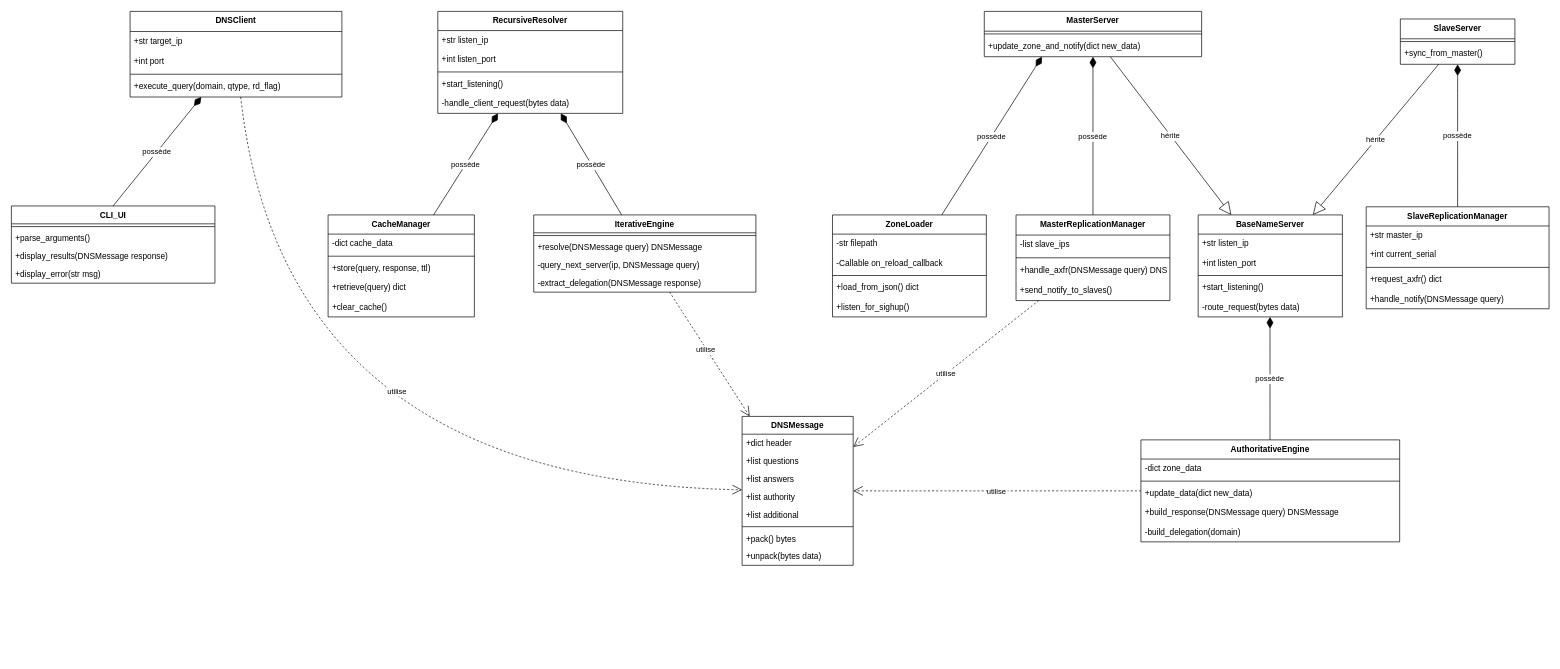
StSvedar/padr-DNS keeps this draw.io diagram as doc/schemas/class.drawio. Above is the earlier version. Source tidied: cells renumbered, new cells numbered last; positions are measured from the earlier drawing's top-left corner, leaving out a move shared by most shapes. Both pictures are drawn from the tidied source at 69%, with x=0, y=0 at pixel (11, 11).
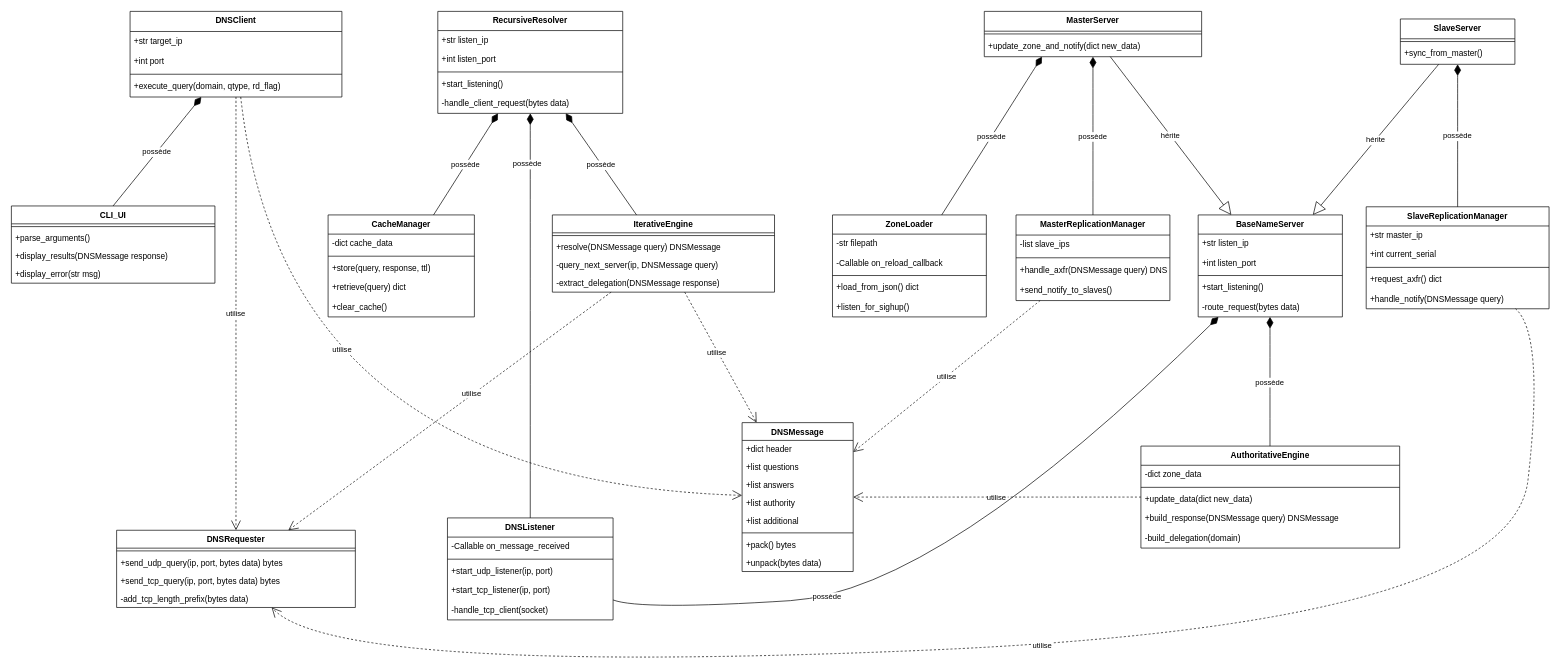
Above is the later version.

Commit message:
Ajout des sockets au diagramme de classe

Unchanged cells that the change refers to:
```xml
<mxCell id="16" value="DNSClient" style="swimlane;fontStyle=1;align=center;verticalAlign=top;horizontal=1;startSize=29.149999618530273;" parent="1" vertex="1">
  <mxGeometry x="172" width="307" height="124.1" as="geometry" />
</mxCell>
<mxCell id="32" value="RecursiveResolver" style="swimlane;fontStyle=1;align=center;verticalAlign=top;horizontal=1;startSize=27.8;" parent="1" vertex="1">
  <mxGeometry x="618" width="268" height="147.8" as="geometry" />
</mxCell>
<mxCell id="44" value="BaseNameServer" style="swimlane;fontStyle=1;align=center;verticalAlign=top;horizontal=1;startSize=27.8;" parent="1" vertex="1">
  <mxGeometry x="1720" y="295" width="209" height="147.8" as="geometry" />
</mxCell>
<mxCell id="59" value="SlaveReplicationManager" style="swimlane;fontStyle=1;align=center;verticalAlign=top;horizontal=1;startSize=27.8;" parent="1" vertex="1">
  <mxGeometry x="1963.5" y="283.2" width="265" height="147.8" as="geometry" />
</mxCell>
```

The edit, as a diff of the source:
```diff
@@
     <mxCell id="2" value="DNSMessage" style="swimlane;fontStyle=1;align=center;verticalAlign=top;horizontal=1;startSize=25.774999618530273;" parent="1" vertex="1">
-      <mxGeometry x="1059" y="587" width="161" height="215.8" as="geometry" />
+      <mxGeometry x="1059" y="596" width="161" height="215.8" as="geometry" />
     </mxCell>
@@
     <mxCell id="27" value="IterativeEngine" style="swimlane;fontStyle=1;align=center;verticalAlign=top;horizontal=1;startSize=25.91111077202691;" parent="1" vertex="1">
-      <mxGeometry x="757" y="295" width="322" height="111.9" as="geometry" />
+      <mxGeometry x="784" y="295" width="322" height="111.9" as="geometry" />
     </mxCell>
@@
     <mxCell id="38" value="AuthoritativeEngine" style="swimlane;fontStyle=1;align=center;verticalAlign=top;horizontal=1;startSize=27.8;" parent="1" vertex="1">
-      <mxGeometry x="1637" y="621" width="375" height="147.8" as="geometry" />
+      <mxGeometry x="1637" y="630" width="375" height="147.8" as="geometry" />
     </mxCell>
@@
     <mxCell id="77" value="utilise" style="curved=1;dashed=1;startArrow=none;endArrow=open;endSize=12;rounded=0;" parent="1" edge="1" source="16" target="2">
-      <mxGeometry x="0.18" y="134" relative="1" as="geometry">
+      <mxGeometry x="-0.38" y="106" relative="1" as="geometry">
         <Array as="points">
           <mxPoint x="394" y="681" />
         </Array>
       </mxGeometry>
     </mxCell>
@@
+    <mxCell id="86" value="DNSRequester" style="swimlane;fontStyle=1;align=center;verticalAlign=top;horizontal=1;startSize=25.91111077202691;" parent="1" vertex="1">
+      <mxGeometry x="152.5" y="752" width="346" height="111.9" as="geometry" />
+    </mxCell>
+    <mxCell id="87" style="line;strokeWidth=1;fillColor=none;align=left;verticalAlign=middle;spacingTop=-1;spacingLeft=3;spacingRight=3;labelPosition=right;strokeColor=inherit;" parent="86" vertex="1">
+      <mxGeometry y="25.9" width="346" height="8" as="geometry" />
+    </mxCell>
+    <mxCell id="88" value="+send_udp_query(ip, port, bytes data) bytes" style="text;strokeColor=none;fillColor=none;align=left;verticalAlign=top;spacingLeft=4;spacingRight=4;overflow=hidden;" parent="86" vertex="1">
+      <mxGeometry y="33.9" width="346" height="26" as="geometry" />
+    </mxCell>
+    <mxCell id="89" value="+send_tcp_query(ip, port, bytes data) bytes" style="text;strokeColor=none;fillColor=none;align=left;verticalAlign=top;spacingLeft=4;spacingRight=4;overflow=hidden;" parent="86" vertex="1">
+      <mxGeometry y="59.9" width="346" height="26" as="geometry" />
+    </mxCell>
+    <mxCell id="90" value="-add_tcp_length_prefix(bytes data)" style="text;strokeColor=none;fillColor=none;align=left;verticalAlign=top;spacingLeft=4;spacingRight=4;overflow=hidden;" parent="86" vertex="1">
+      <mxGeometry y="85.9" width="346" height="26" as="geometry" />
+    </mxCell>
+    <mxCell id="91" value="DNSListener" style="swimlane;fontStyle=1;align=center;verticalAlign=top;horizontal=1;startSize=27.8;" parent="1" vertex="1">
+      <mxGeometry x="632" y="734.1" width="240" height="147.8" as="geometry" />
+    </mxCell>
+    <mxCell id="92" value="-Callable on_message_received" style="text;strokeColor=none;fillColor=none;align=left;verticalAlign=top;spacingLeft=4;spacingRight=4;overflow=hidden;" parent="91" vertex="1">
+      <mxGeometry y="27.8" width="240" height="28" as="geometry" />
+    </mxCell>
+    <mxCell id="93" style="line;strokeWidth=1;fillColor=none;align=left;verticalAlign=middle;spacingTop=-1;spacingLeft=3;spacingRight=3;labelPosition=right;strokeColor=inherit;" parent="91" vertex="1">
+      <mxGeometry y="55.8" width="240" height="8" as="geometry" />
+    </mxCell>
+    <mxCell id="94" value="+start_udp_listener(ip, port)" style="text;strokeColor=none;fillColor=none;align=left;verticalAlign=top;spacingLeft=4;spacingRight=4;overflow=hidden;" parent="91" vertex="1">
+      <mxGeometry y="63.8" width="240" height="28" as="geometry" />
+    </mxCell>
+    <mxCell id="95" value="+start_tcp_listener(ip, port)" style="text;strokeColor=none;fillColor=none;align=left;verticalAlign=top;spacingLeft=4;spacingRight=4;overflow=hidden;" parent="91" vertex="1">
+      <mxGeometry y="91.8" width="240" height="28" as="geometry" />
+    </mxCell>
+    <mxCell id="96" value="-handle_tcp_client(socket)" style="text;strokeColor=none;fillColor=none;align=left;verticalAlign=top;spacingLeft=4;spacingRight=4;overflow=hidden;" parent="91" vertex="1">
+      <mxGeometry y="119.8" width="240" height="28" as="geometry" />
+    </mxCell>
+    <mxCell id="97" value="utilise" style="curved=1;dashed=1;startArrow=none;endArrow=open;endSize=12;rounded=0;" parent="1" edge="1" source="16" target="86">
+      <mxGeometry relative="1" as="geometry" />
+    </mxCell>
+    <mxCell id="98" value="utilise" style="curved=1;dashed=1;startArrow=none;endArrow=open;endSize=12;rounded=0;" parent="1" edge="1" source="27" target="86">
+      <mxGeometry x="-0.14" y="-3" relative="1" as="geometry">
+        <mxPoint x="1" as="offset" />
+      </mxGeometry>
+    </mxCell>
+    <mxCell id="99" value="utilise" style="curved=1;dashed=1;startArrow=none;endArrow=open;endSize=12;rounded=0;" parent="1" edge="1" source="59" target="86">
+      <mxGeometry relative="1" as="geometry">
+        <Array as="points">
+          <mxPoint x="2222" y="468" />
+          <mxPoint x="2174" y="890" />
+          <mxPoint x="468" y="962" />
+        </Array>
+      </mxGeometry>
+    </mxCell>
+    <mxCell id="100" value="possède" style="curved=1;startArrow=diamondThin;startSize=14;startFill=1;endArrow=none;rounded=0;" parent="1" edge="1" source="32" target="91">
+      <mxGeometry x="-0.75" y="-4" relative="1" as="geometry" />
+    </mxCell>
+    <mxCell id="101" value="possède" style="curved=1;startArrow=diamondThin;startSize=14;startFill=1;endArrow=none;rounded=0;" parent="1" edge="1" source="44" target="91">
+      <mxGeometry x="0.4" y="-3" relative="1" as="geometry">
+        <Array as="points">
+          <mxPoint x="1346" y="840" />
+          <mxPoint x="912" y="868" />
+        </Array>
+        <mxPoint x="1" as="offset" />
+      </mxGeometry>
+    </mxCell>
```
